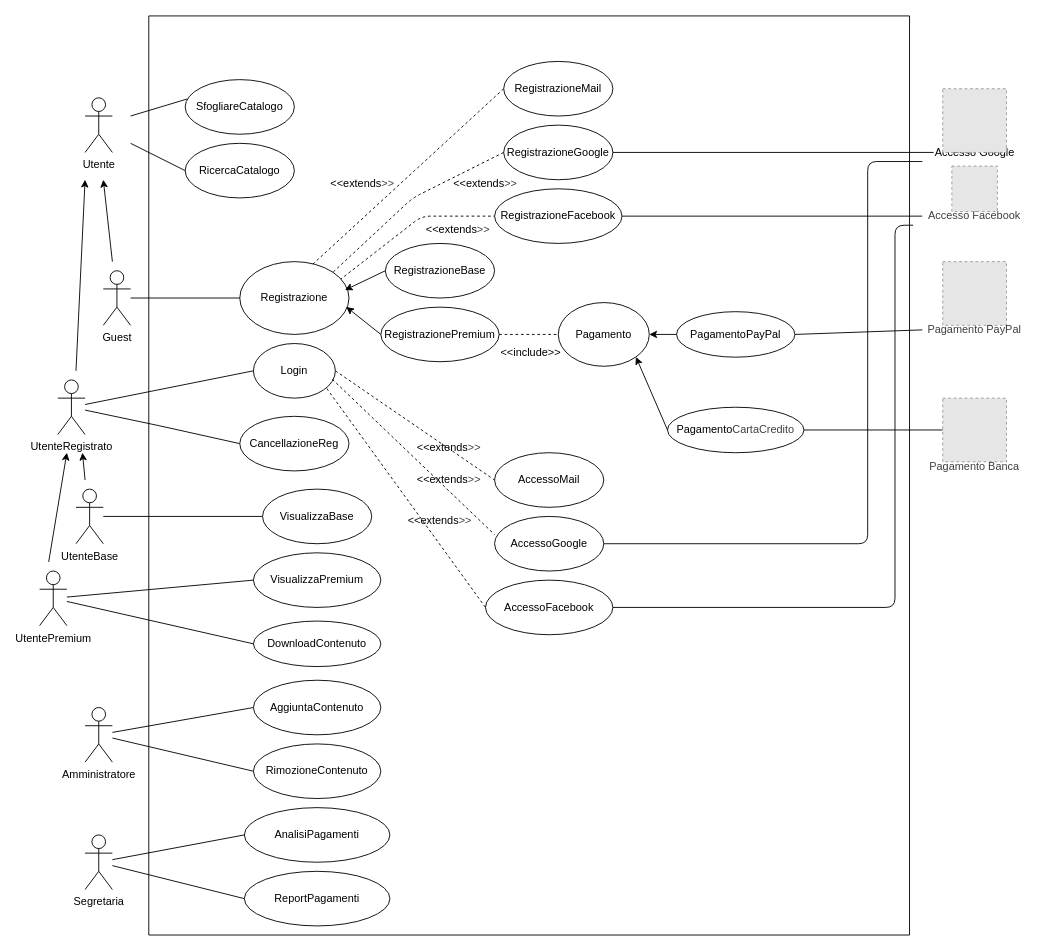
The draw.io diagram Lab1/ucdiagram.drawio in NotUmberto/progetto_fis1, before the edit. Source tidied: cells renumbered, new cells numbered last; positions are measured from the earlier drawing's top-left corner, leaving out a move shared by most shapes. Both pictures are drawn from the tidied source at 91%, with x=0, y=0 at pixel (39, 15). Pictures stored in the file or linked from it are replaced by grey dashed boxes.
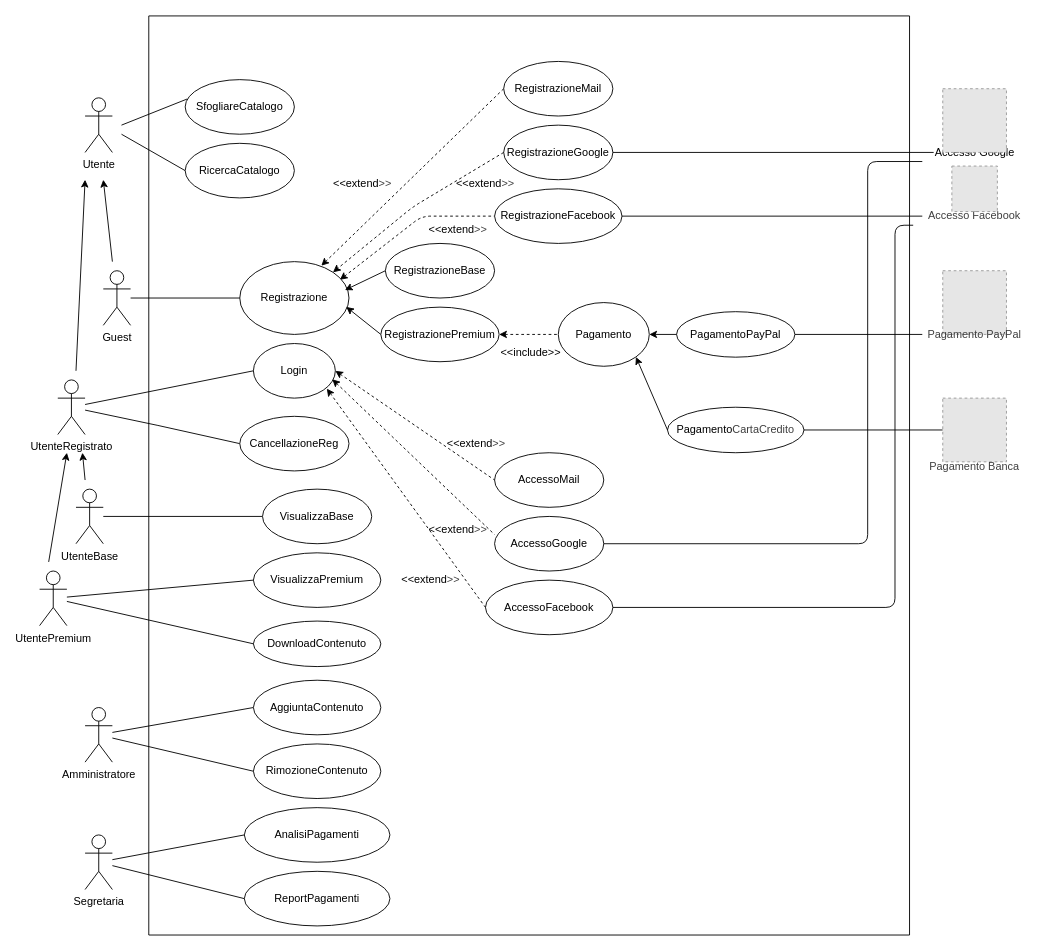
After the change.

Unchanged cells that the change refers to:
```xml
<mxCell id="15" value="Registrazione" style="ellipse;whiteSpace=wrap;html=1;shapeInside=1;" parent="1" vertex="1">
  <mxGeometry x="220" y="270" width="120" height="80" as="geometry" />
</mxCell>
<mxCell id="33" value=" " style="swimlane;startSize=0;" parent="1" vertex="1">
  <mxGeometry x="120" width="836" height="1010" as="geometry" />
</mxCell>
<mxCell id="41" value="&lt;div&gt;RegistrazioneMail&lt;/div&gt;" style="ellipse;whiteSpace=wrap;html=1;shapeInside=1;" parent="33" vertex="1">
  <mxGeometry x="390" y="50" width="120" height="60" as="geometry" />
</mxCell>
<mxCell id="42" value="&lt;div&gt;RegistrazioneGoogle&lt;/div&gt;" style="ellipse;whiteSpace=wrap;html=1;shapeInside=1;" parent="33" vertex="1">
  <mxGeometry x="390" y="120" width="120" height="60" as="geometry" />
</mxCell>
<mxCell id="43" value="&lt;div&gt;RegistrazioneFacebook&lt;/div&gt;" style="ellipse;whiteSpace=wrap;html=1;shapeInside=1;" parent="33" vertex="1">
  <mxGeometry x="380" y="190" width="140" height="60" as="geometry" />
</mxCell>
<mxCell id="45" value="RegistrazionePremium" style="ellipse;whiteSpace=wrap;html=1;shapeInside=1;" parent="33" vertex="1">
  <mxGeometry x="255" y="320" width="130" height="60" as="geometry" />
</mxCell>
<mxCell id="49" value="SfogliareCatalogo" style="ellipse;whiteSpace=wrap;html=1;shapeInside=1;" parent="33" vertex="1">
  <mxGeometry x="40" y="70" width="120" height="60" as="geometry" />
</mxCell>
<mxCell id="50" value="RicercaCatalogo" style="ellipse;whiteSpace=wrap;html=1;shapeInside=1;" parent="33" vertex="1">
  <mxGeometry x="40" y="140" width="120" height="60" as="geometry" />
</mxCell>
<mxCell id="52" value="Login" style="ellipse;whiteSpace=wrap;html=1;shapeInside=1;" parent="33" vertex="1">
  <mxGeometry x="115" y="360" width="90" height="60" as="geometry" />
</mxCell>
<mxCell id="54" value="Pagamento" style="ellipse;whiteSpace=wrap;html=1;shapeInside=1;" parent="33" vertex="1">
  <mxGeometry x="450" y="315" width="100" height="70" as="geometry" />
</mxCell>
<mxCell id="61" value="&lt;div&gt;AccessoMail&lt;/div&gt;" style="ellipse;whiteSpace=wrap;html=1;shapeInside=1;" parent="33" vertex="1">
  <mxGeometry x="380" y="480" width="120" height="60" as="geometry" />
</mxCell>
<mxCell id="62" value="&lt;div&gt;AccessoGoogle&lt;/div&gt;" style="ellipse;whiteSpace=wrap;html=1;shapeInside=1;" parent="33" vertex="1">
  <mxGeometry x="380" y="550" width="120" height="60" as="geometry" />
</mxCell>
<mxCell id="63" value="&lt;div&gt;AccessoFacebook&lt;/div&gt;" style="ellipse;whiteSpace=wrap;html=1;shapeInside=1;" parent="33" vertex="1">
  <mxGeometry x="370" y="620" width="140" height="60" as="geometry" />
</mxCell>
```

Change to the diagram source:
```diff
@@
-    <mxCell id="11" style="endArrow=classic;html=1;" parent="1" edge="1">
+    <mxCell id="11" style="endArrow=classic;html=1;endFill=1;" parent="1" edge="1">
       <mxGeometry relative="1" as="geometry">
         <mxPoint x="40" y="390" as="sourcePoint" />
         <mxPoint x="50" y="180" as="targetPoint" />
       </mxGeometry>
     </mxCell>
@@
-    <mxCell id="13" style="edgeStyle=none;html=1;exitX=0;exitY=0.5;exitDx=0;exitDy=0;endArrow=none;endFill=0;entryX=0.633;entryY=0.084;entryDx=0;entryDy=0;entryPerimeter=0;dashed=1;" parent="1" edge="1" source="41" target="15">
+    <mxCell id="13" style="edgeStyle=none;html=1;exitX=0;exitY=0.5;exitDx=0;exitDy=0;endArrow=classic;endFill=1;entryX=0.747;entryY=0.056;entryDx=0;entryDy=0;entryPerimeter=0;dashed=1;startArrow=none;startFill=0;" parent="1" edge="1" source="41" target="15">
       <mxGeometry relative="1" as="geometry" />
     </mxCell>
-    <mxCell id="14" style="edgeStyle=none;html=1;entryX=0;entryY=0.5;entryDx=0;entryDy=0;endArrow=none;endFill=0;dashed=1;" parent="1" edge="1" target="43">
+    <mxCell id="14" style="edgeStyle=none;html=1;entryX=0;entryY=0.5;entryDx=0;entryDy=0;endArrow=none;endFill=0;dashed=1;startArrow=classic;startFill=1;" parent="1" edge="1" target="43">
       <mxGeometry relative="1" as="geometry">
         <mxPoint x="330" y="290" as="sourcePoint" />
         <Array as="points">
           <mxPoint x="420" y="220" />
         </Array>
       </mxGeometry>
     </mxCell>
@@
     <mxCell id="22" style="endArrow=none;html=1;entryX=0.018;entryY=0.355;entryDx=0;entryDy=0;entryPerimeter=0;" parent="1" edge="1" target="49">
       <mxGeometry relative="1" as="geometry">
-        <mxPoint x="100" y="110" as="sourcePoint" />
+        <mxPoint x="90" y="120" as="sourcePoint" />
       </mxGeometry>
     </mxCell>
     <mxCell id="23" style="endArrow=none;html=1;entryX=0;entryY=0.5;entryDx=0;entryDy=0;" parent="1" edge="1" target="50">
       <mxGeometry relative="1" as="geometry">
-        <mxPoint x="100" y="140" as="sourcePoint" />
+        <mxPoint x="90" y="130" as="sourcePoint" />
       </mxGeometry>
     </mxCell>
@@
-    <mxCell id="46" value="&amp;lt;&amp;lt;extends&lt;span style=&quot;color: rgb(63, 63, 63); background-color: transparent;&quot;&gt;&amp;gt;&amp;gt;&lt;/span&gt;" style="text;html=1;whiteSpace=wrap;strokeColor=none;fillColor=none;align=center;verticalAlign=middle;rounded=0;" parent="33" vertex="1">
+    <mxCell id="46" value="&amp;lt;&amp;lt;extend&lt;span style=&quot;color: rgb(63, 63, 63); background-color: transparent;&quot;&gt;&amp;gt;&amp;gt;&lt;/span&gt;" style="text;html=1;whiteSpace=wrap;strokeColor=none;fillColor=none;align=center;verticalAlign=middle;rounded=0;" parent="33" vertex="1">
       <mxGeometry x="205" y="170" width="60" height="30" as="geometry" />
     </mxCell>
-    <mxCell id="47" value="&amp;lt;&amp;lt;extends&lt;span style=&quot;color: rgb(63, 63, 63); background-color: transparent;&quot;&gt;&amp;gt;&amp;gt;&lt;/span&gt;" style="text;html=1;whiteSpace=wrap;strokeColor=none;fillColor=none;align=center;verticalAlign=middle;rounded=0;" parent="33" vertex="1">
+    <mxCell id="47" value="&amp;lt;&amp;lt;extend&lt;span style=&quot;color: rgb(63, 63, 63); background-color: transparent;&quot;&gt;&amp;gt;&amp;gt;&lt;/span&gt;" style="text;html=1;whiteSpace=wrap;strokeColor=none;fillColor=none;align=center;verticalAlign=middle;rounded=0;" parent="33" vertex="1">
       <mxGeometry x="340" y="170" width="60" height="30" as="geometry" />
     </mxCell>
-    <mxCell id="48" value="&amp;lt;&amp;lt;extends&lt;span style=&quot;color: rgb(63, 63, 63); background-color: transparent;&quot;&gt;&amp;gt;&amp;gt;&lt;/span&gt;" style="text;html=1;whiteSpace=wrap;strokeColor=none;fillColor=none;align=center;verticalAlign=middle;rounded=0;" parent="33" vertex="1">
+    <mxCell id="48" value="&amp;lt;&amp;lt;extend&lt;span style=&quot;color: rgb(63, 63, 63); background-color: transparent;&quot;&gt;&amp;gt;&amp;gt;&lt;/span&gt;" style="text;html=1;whiteSpace=wrap;strokeColor=none;fillColor=none;align=center;verticalAlign=middle;rounded=0;" parent="33" vertex="1">
       <mxGeometry x="310" y="220" width="60" height="30" as="geometry" />
     </mxCell>
@@
-    <mxCell id="51" style="edgeStyle=none;html=1;entryX=0;entryY=0.5;entryDx=0;entryDy=0;endArrow=none;endFill=0;dashed=1;exitX=1;exitY=0.5;exitDx=0;exitDy=0;" parent="33" edge="1" source="52" target="61">
+    <mxCell id="51" style="edgeStyle=none;html=1;entryX=0;entryY=0.5;entryDx=0;entryDy=0;endArrow=none;endFill=0;dashed=1;exitX=1;exitY=0.5;exitDx=0;exitDy=0;startArrow=classic;startFill=1;" parent="33" edge="1" source="52" target="61">
       <mxGeometry relative="1" as="geometry" />
     </mxCell>
@@
-    <mxCell id="55" style="edgeStyle=none;html=1;endArrow=none;endFill=0;dashed=1;exitX=1;exitY=0.5;exitDx=0;exitDy=0;entryX=0;entryY=0.5;entryDx=0;entryDy=0;" parent="33" edge="1" source="45" target="54">
+    <mxCell id="55" style="edgeStyle=none;html=1;endArrow=none;endFill=0;dashed=1;exitX=1;exitY=0.5;exitDx=0;exitDy=0;entryX=0;entryY=0.5;entryDx=0;entryDy=0;startArrow=classic;startFill=1;" parent="33" edge="1" source="45" target="54">
       <mxGeometry relative="1" as="geometry" />
     </mxCell>
@@
-    <mxCell id="64" style="edgeStyle=none;html=1;entryX=0;entryY=0.333;entryDx=0;entryDy=0;endArrow=none;endFill=0;dashed=1;exitX=0.963;exitY=0.655;exitDx=0;exitDy=0;entryPerimeter=0;exitPerimeter=0;" parent="33" edge="1" source="52" target="62">
+    <mxCell id="64" style="edgeStyle=none;html=1;entryX=0;entryY=0.333;entryDx=0;entryDy=0;endArrow=none;endFill=0;dashed=1;exitX=0.963;exitY=0.655;exitDx=0;exitDy=0;entryPerimeter=0;exitPerimeter=0;startArrow=classic;startFill=1;" parent="33" edge="1" source="52" target="62">
       <mxGeometry relative="1" as="geometry" />
     </mxCell>
-    <mxCell id="65" style="edgeStyle=none;html=1;entryX=0;entryY=0.5;entryDx=0;entryDy=0;endArrow=none;endFill=0;dashed=1;exitX=0.896;exitY=0.825;exitDx=0;exitDy=0;exitPerimeter=0;" parent="33" edge="1" source="52" target="63">
+    <mxCell id="65" style="edgeStyle=none;html=1;entryX=0;entryY=0.5;entryDx=0;entryDy=0;endArrow=none;endFill=0;dashed=1;exitX=0.896;exitY=0.825;exitDx=0;exitDy=0;exitPerimeter=0;startArrow=classic;startFill=1;" parent="33" edge="1" source="52" target="63">
       <mxGeometry relative="1" as="geometry" />
     </mxCell>
-    <mxCell id="66" value="&amp;lt;&amp;lt;extends&lt;span style=&quot;color: rgb(63, 63, 63); background-color: transparent;&quot;&gt;&amp;gt;&amp;gt;&lt;/span&gt;" style="text;html=1;whiteSpace=wrap;strokeColor=none;fillColor=none;align=center;verticalAlign=middle;rounded=0;" parent="33" vertex="1">
-      <mxGeometry x="300" y="460" width="60" height="30" as="geometry" />
+    <mxCell id="66" value="&amp;lt;&amp;lt;extend&lt;span style=&quot;color: rgb(63, 63, 63); background-color: transparent;&quot;&gt;&amp;gt;&amp;gt;&lt;/span&gt;" style="text;html=1;whiteSpace=wrap;strokeColor=none;fillColor=none;align=center;verticalAlign=middle;rounded=0;" parent="33" vertex="1">
+      <mxGeometry x="330" y="455" width="60" height="30" as="geometry" />
     </mxCell>
-    <mxCell id="67" value="&amp;lt;&amp;lt;extends&lt;span style=&quot;color: rgb(63, 63, 63); background-color: transparent;&quot;&gt;&amp;gt;&amp;gt;&lt;/span&gt;" style="text;html=1;whiteSpace=wrap;strokeColor=none;fillColor=none;align=center;verticalAlign=middle;rounded=0;" parent="33" vertex="1">
-      <mxGeometry x="300" y="495" width="60" height="30" as="geometry" />
+    <mxCell id="67" value="&amp;lt;&amp;lt;extend&lt;span style=&quot;color: rgb(63, 63, 63); background-color: transparent;&quot;&gt;&amp;gt;&amp;gt;&lt;/span&gt;" style="text;html=1;whiteSpace=wrap;strokeColor=none;fillColor=none;align=center;verticalAlign=middle;rounded=0;" parent="33" vertex="1">
+      <mxGeometry x="310" y="550" width="60" height="30" as="geometry" />
     </mxCell>
-    <mxCell id="68" value="&amp;lt;&amp;lt;extends&lt;span style=&quot;color: rgb(63, 63, 63); background-color: transparent;&quot;&gt;&amp;gt;&amp;gt;&lt;/span&gt;" style="text;html=1;whiteSpace=wrap;strokeColor=none;fillColor=none;align=center;verticalAlign=middle;rounded=0;" parent="33" vertex="1">
-      <mxGeometry x="290" y="540" width="60" height="30" as="geometry" />
+    <mxCell id="68" value="&amp;lt;&amp;lt;extend&lt;span style=&quot;color: rgb(63, 63, 63); background-color: transparent;&quot;&gt;&amp;gt;&amp;gt;&lt;/span&gt;" style="text;html=1;whiteSpace=wrap;strokeColor=none;fillColor=none;align=center;verticalAlign=middle;rounded=0;" parent="33" vertex="1">
+      <mxGeometry x="280" y="605" width="60" height="30" as="geometry" />
     </mxCell>
@@
-    <mxCell id="72" style="edgeStyle=none;html=1;exitX=0;exitY=0.5;exitDx=0;exitDy=0;endArrow=none;endFill=0;dashed=1;entryX=1;entryY=0;entryDx=0;entryDy=0;" parent="1" edge="1" source="42" target="15">
+    <mxCell id="72" style="edgeStyle=none;html=1;exitX=0;exitY=0.5;exitDx=0;exitDy=0;endArrow=classic;endFill=1;dashed=1;entryX=1;entryY=0;entryDx=0;entryDy=0;startArrow=none;startFill=0;" parent="1" edge="1" source="42" target="15">
       <mxGeometry relative="1" as="geometry">
         <Array as="points">
-          <mxPoint x="410" y="200" />
+          <mxPoint x="410" y="210" />
         </Array>
       </mxGeometry>
     </mxCell>
@@
     <mxCell id="75" style="fillColor=#E6E6E6;strokeColor=#999999;dashed=1;verticalLabelPosition=bottom;labelBackgroundColor=default;verticalAlign=top;" parent="1" vertex="1">
-      <mxGeometry x="992.5" y="270" width="70" height="70" as="geometry" />
+      <mxGeometry x="992.5" y="280" width="70" height="70" as="geometry" />
     </mxCell>
     <mxCell id="76" value="&lt;span style=&quot;color: rgb(63, 63, 63); background-color: transparent;&quot;&gt;Pagamento PayPal&lt;/span&gt;" style="text;html=1;whiteSpace=wrap;strokeColor=none;fillColor=none;align=center;verticalAlign=middle;rounded=0;" parent="1" vertex="1">
-      <mxGeometry x="970" y="330" width="115" height="30" as="geometry" />
+      <mxGeometry x="970" y="335" width="115" height="30" as="geometry" />
     </mxCell>
```
